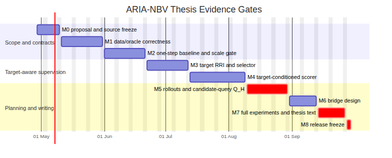
Before: docs/typst/thesis/figures/proposal_gantt.png, a diagram exported from Mermaid (JanDuchscherer104/ARIA-NBV). Its source is kept beside it as docs/typst/thesis/figures/proposal_gantt.mmd.
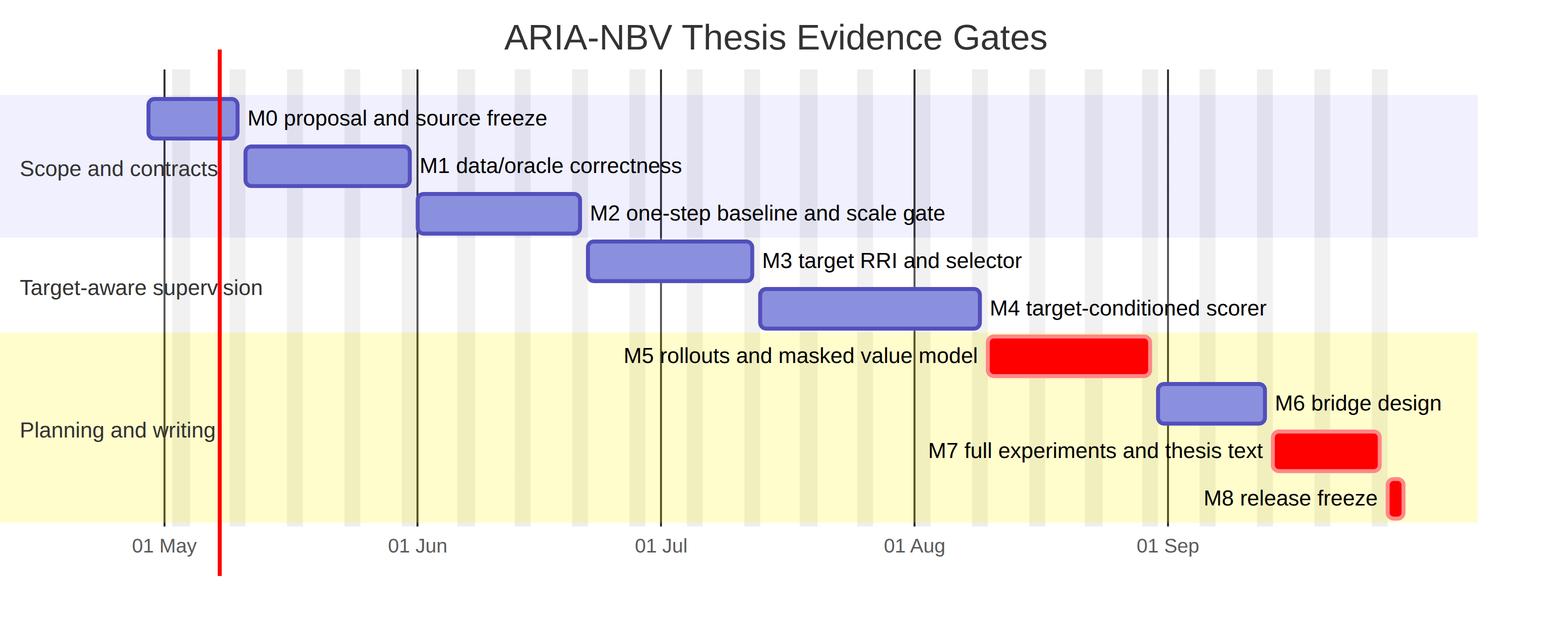
Later version of the same file.

Commit message:
Render proposal Mermaid symbols correctly

What changed in the source:
```diff
@@ -14,7 +14,7 @@
   M4 target-conditioned scorer        :m4, 2026-07-13, 2026-08-09
 
   section Planning and writing
-  M5 rollouts and candidate-query Q_H :crit, m5, 2026-08-10, 2026-08-30
+  M5 rollouts and masked value model  :crit, m5, 2026-08-10, 2026-08-30
   M6 bridge design                    :m6, 2026-08-31, 2026-09-13
   M7 full experiments and thesis text :crit, m7, 2026-09-14, 2026-09-27
   M8 release freeze                   :crit, m8, 2026-09-28, 2026-09-30
```
